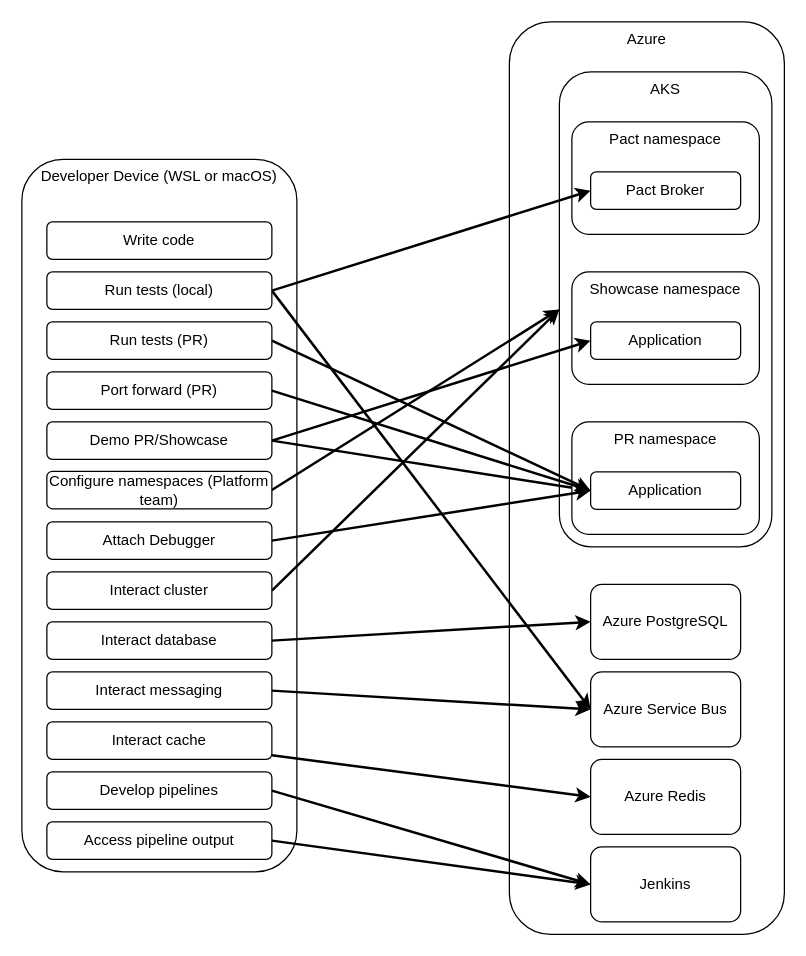
Earlier version of the draw.io diagram vpn-dev.drawio (johnwatson484/diagrams). Source tidied: cells renumbered, new cells numbered last; positions are measured from the earlier drawing's top-left corner, leaving out a move shared by most shapes. Both pictures are drawn from the tidied source at 125%, with x=0, y=0 at pixel (21, 21).
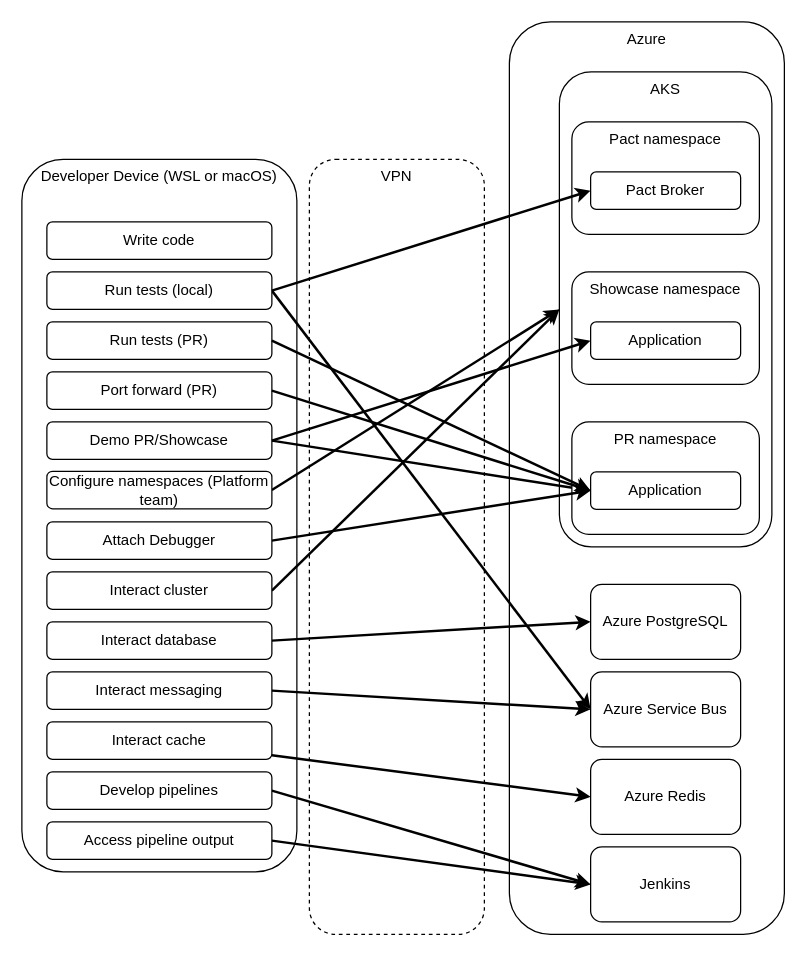
The same diagram, later.

What changed in the source:
```diff
@@
+    <mxCell id="42" value="VPN" style="rounded=1;whiteSpace=wrap;html=1;dashed=1;verticalAlign=top;" parent="1" vertex="1">
+      <mxGeometry x="230" y="110" width="140" height="620" as="geometry" />
+    </mxCell>
```
